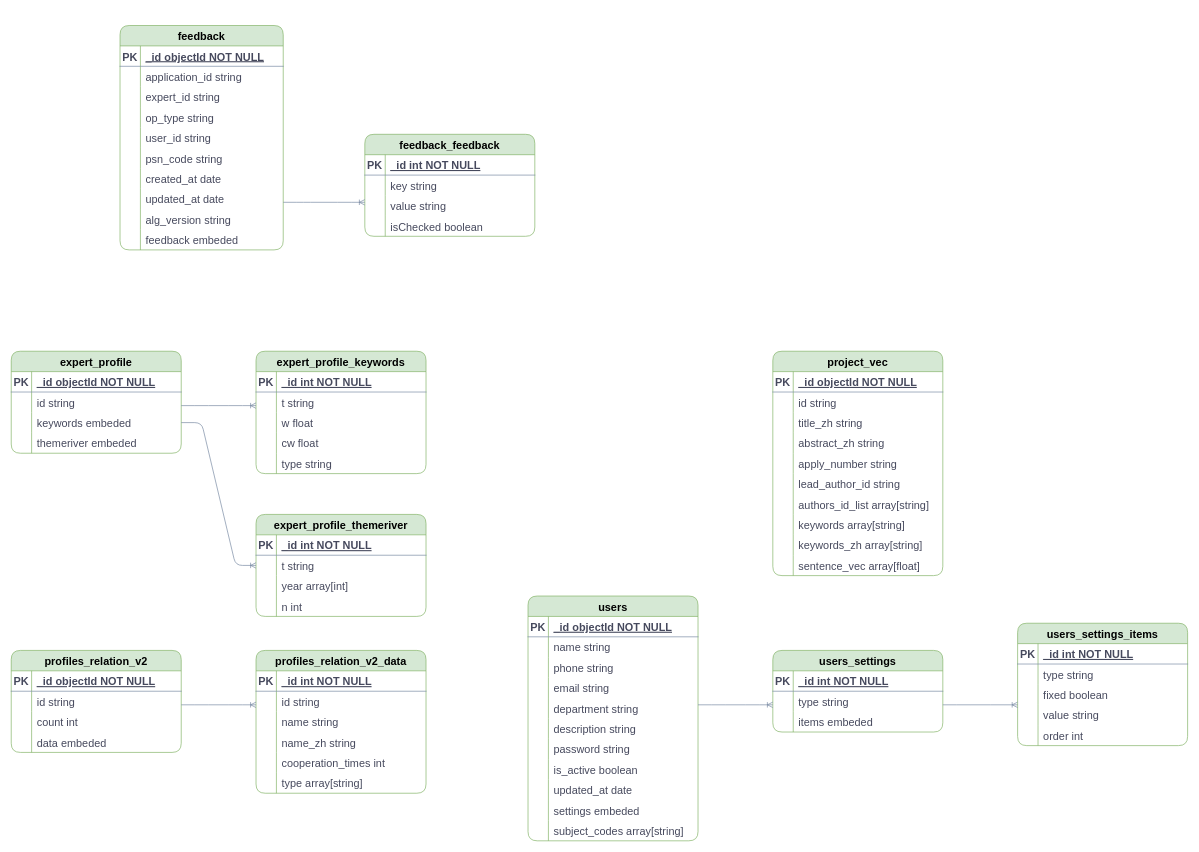
Above: ITIC_E-R.drawio in xianghuzhao/chart (draw.io), before the change. Source tidied: cells renumbered, new cells numbered last; positions are measured from the earlier drawing's top-left corner, leaving out a move shared by most shapes. Both pictures are drawn from the tidied source at 68%, with x=0, y=0 at pixel (11, 25).
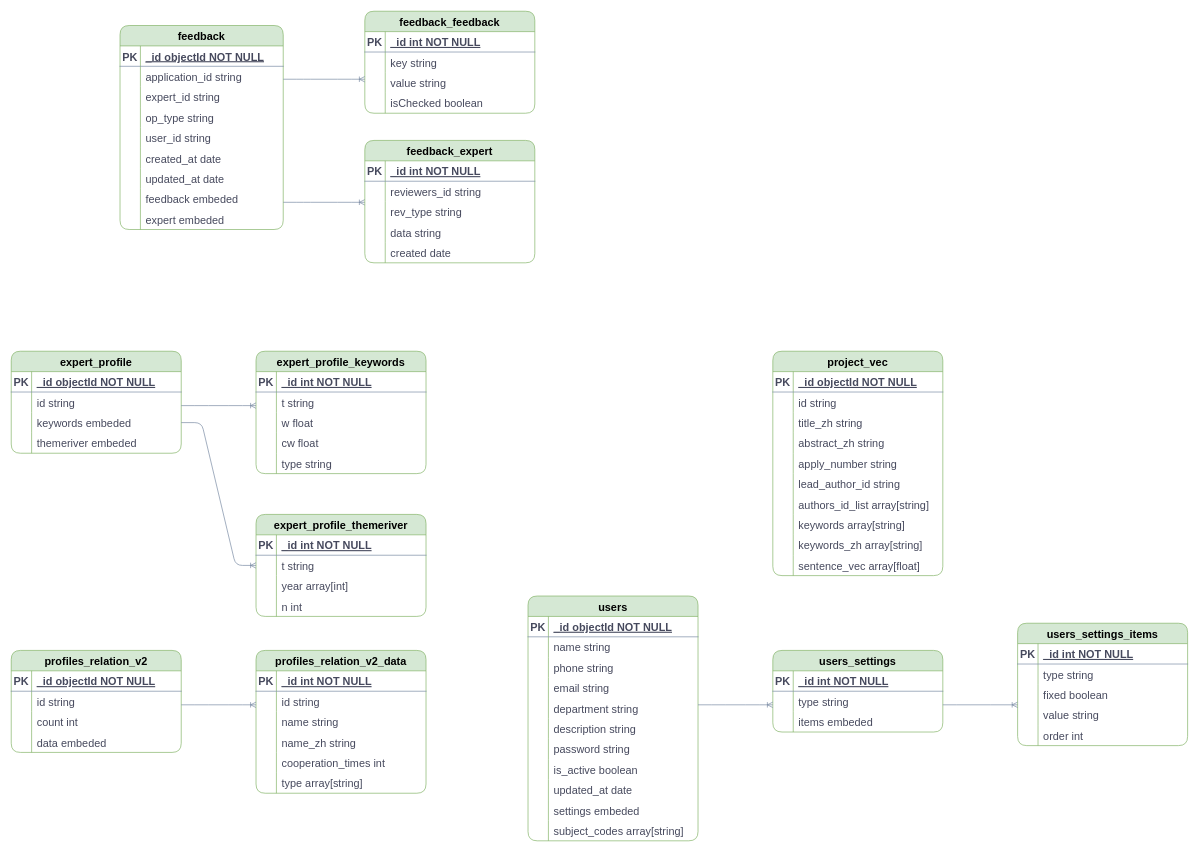
The same page after the edit.

Diff of the diagram source:
```diff
@@
     <mxCell id="2" value="feedback_feedback" style="shape=table;startSize=30;childLayout=tableLayout;rowLines=0;fontStyle=1;align=center;rounded=1;fillColor=#d5e8d4;strokeColor=#82b366;fontSize=16;" parent="1" vertex="1">
-      <mxGeometry x="520" y="160" width="250" height="150" as="geometry" />
+      <mxGeometry x="520" y="-21" width="250" height="150" as="geometry" />
     </mxCell>
@@
     <mxCell id="15" value="feedback" style="shape=table;startSize=30;childLayout=tableLayout;rowLines=0;fontStyle=1;align=center;rounded=1;sketch=0;strokeColor=#82b366;fillColor=#d5e8d4;fontSize=16;" parent="1" vertex="1">
-      <mxGeometry x="160" width="240" height="330" as="geometry" />
+      <mxGeometry x="160" width="240" height="300" as="geometry" />
     </mxCell>
@@
-    <mxCell id="31" style="shape=tableRow;horizontal=0;startSize=0;swimlaneHead=0;swimlaneBody=0;fillColor=none;top=0;left=0;right=0;bottom=0;rounded=0;sketch=0;fontColor=#46495D;strokeColor=#788AA3;fontSize=16;" parent="15" vertex="1">
-      <mxGeometry y="180" width="240" height="30" as="geometry" />
-    </mxCell>
-    <mxCell id="32" style="shape=partialRectangle;fillColor=none;top=0;left=0;bottom=0;right=0;overflow=hidden;rounded=0;sketch=0;fontColor=#46495D;strokeColor=#788AA3;fontSize=16;" parent="31" vertex="1">
-      <mxGeometry width="30" height="30" as="geometry" />
-    </mxCell>
-    <mxCell id="33" value="psn_code string" style="shape=partialRectangle;fillColor=none;top=0;left=0;bottom=0;right=0;align=left;spacingLeft=6;overflow=hidden;rounded=0;sketch=0;fontColor=#46495D;strokeColor=#788AA3;fontSize=16;" parent="31" vertex="1">
-      <mxGeometry x="30" width="210" height="30" as="geometry" />
-    </mxCell>
     <mxCell id="34" style="shape=tableRow;horizontal=0;startSize=0;swimlaneHead=0;swimlaneBody=0;fillColor=none;top=0;left=0;right=0;bottom=0;rounded=0;sketch=0;fontColor=#46495D;strokeColor=#788AA3;fontSize=16;" parent="15" vertex="1">
-      <mxGeometry y="210" width="240" height="30" as="geometry" />
+      <mxGeometry y="180" width="240" height="30" as="geometry" />
     </mxCell>
@@
     <mxCell id="37" style="shape=tableRow;horizontal=0;startSize=0;swimlaneHead=0;swimlaneBody=0;fillColor=none;top=0;left=0;right=0;bottom=0;rounded=0;sketch=0;fontColor=#46495D;strokeColor=#788AA3;fontSize=16;" parent="15" vertex="1">
-      <mxGeometry y="240" width="240" height="30" as="geometry" />
+      <mxGeometry y="210" width="240" height="30" as="geometry" />
     </mxCell>
@@
-    <mxCell id="40" style="shape=tableRow;horizontal=0;startSize=0;swimlaneHead=0;swimlaneBody=0;fillColor=none;top=0;left=0;right=0;bottom=0;rounded=0;sketch=0;fontColor=#46495D;strokeColor=#788AA3;fontSize=16;" parent="15" vertex="1">
-      <mxGeometry y="270" width="240" height="30" as="geometry" />
-    </mxCell>
-    <mxCell id="41" style="shape=partialRectangle;fillColor=none;top=0;left=0;bottom=0;right=0;overflow=hidden;rounded=0;sketch=0;fontColor=#46495D;strokeColor=#788AA3;fontSize=16;" parent="40" vertex="1">
-      <mxGeometry width="30" height="30" as="geometry" />
-    </mxCell>
-    <mxCell id="42" value="alg_version string" style="shape=partialRectangle;fillColor=none;top=0;left=0;bottom=0;right=0;align=left;spacingLeft=6;overflow=hidden;rounded=0;sketch=0;fontColor=#46495D;strokeColor=#788AA3;fontSize=16;" parent="40" vertex="1">
-      <mxGeometry x="30" width="210" height="30" as="geometry" />
-    </mxCell>
     <mxCell id="43" style="shape=tableRow;horizontal=0;startSize=0;swimlaneHead=0;swimlaneBody=0;fillColor=none;top=0;left=0;right=0;bottom=0;rounded=0;sketch=0;fontColor=#46495D;strokeColor=#788AA3;fontSize=16;" parent="15" vertex="1">
-      <mxGeometry y="300" width="240" height="30" as="geometry" />
+      <mxGeometry y="240" width="240" height="30" as="geometry" />
     </mxCell>
@@
+    <mxCell id="40" style="shape=tableRow;horizontal=0;startSize=0;swimlaneHead=0;swimlaneBody=0;fillColor=none;top=0;left=0;right=0;bottom=0;rounded=0;sketch=0;fontColor=#46495D;strokeColor=#788AA3;fontSize=16;" parent="15" vertex="1">
+      <mxGeometry y="270" width="240" height="30" as="geometry" />
+    </mxCell>
+    <mxCell id="217" style="shape=partialRectangle;fillColor=none;top=0;left=0;bottom=0;right=0;overflow=hidden;rounded=0;sketch=0;fontColor=#46495D;strokeColor=#788AA3;fontSize=16;" parent="40" vertex="1">
+      <mxGeometry width="30" height="30" as="geometry" />
+    </mxCell>
+    <mxCell id="218" value="expert embeded" style="shape=partialRectangle;fillColor=none;top=0;left=0;bottom=0;right=0;align=left;spacingLeft=6;overflow=hidden;rounded=0;sketch=0;fontColor=#46495D;strokeColor=#788AA3;fontSize=16;" parent="40" vertex="1">
+      <mxGeometry x="30" width="210" height="30" as="geometry" />
+    </mxCell>
@@
+    <mxCell id="219" value="feedback_expert" style="shape=table;startSize=30;childLayout=tableLayout;rowLines=0;fontStyle=1;align=center;rounded=1;fillColor=#d5e8d4;strokeColor=#82b366;fontSize=16;" parent="1" vertex="1">
+      <mxGeometry x="520" y="169" width="250" height="180" as="geometry" />
+    </mxCell>
+    <mxCell id="220" style="shape=partialRectangle;fillColor=none;top=0;left=0;right=0;bottom=1;rounded=1;strokeColor=#788AA3;fontColor=#46495D;fontSize=16;" parent="219" vertex="1">
+      <mxGeometry y="30" width="250" height="30" as="geometry" />
+    </mxCell>
+    <mxCell id="221" value="PK" style="shape=partialRectangle;overflow=hidden;fillColor=none;top=0;left=0;bottom=0;right=0;fontStyle=1;rounded=1;strokeColor=#788AA3;fontColor=#46495D;fontSize=16;" parent="220" vertex="1">
+      <mxGeometry width="30" height="30" as="geometry" />
+    </mxCell>
+    <mxCell id="222" value="_id int NOT NULL " style="shape=partialRectangle;overflow=hidden;fillColor=none;top=0;left=0;bottom=0;right=0;align=left;spacingLeft=6;fontStyle=5;rounded=1;strokeColor=#788AA3;fontColor=#46495D;fontSize=16;" parent="220" vertex="1">
+      <mxGeometry x="30" width="220" height="30" as="geometry" />
+    </mxCell>
+    <mxCell id="223" style="shape=partialRectangle;fillColor=none;top=0;left=0;right=0;bottom=0;rounded=1;strokeColor=#788AA3;fontColor=#46495D;fontSize=16;" parent="219" vertex="1">
+      <mxGeometry y="60" width="250" height="30" as="geometry" />
+    </mxCell>
+    <mxCell id="224" style="shape=partialRectangle;overflow=hidden;fillColor=none;top=0;left=0;bottom=0;right=0;rounded=1;strokeColor=#788AA3;fontColor=#46495D;fontSize=16;" parent="223" vertex="1">
+      <mxGeometry width="30" height="30" as="geometry" />
+    </mxCell>
+    <mxCell id="225" value="reviewers_id string" style="shape=partialRectangle;overflow=hidden;fillColor=none;top=0;left=0;bottom=0;right=0;align=left;spacingLeft=6;rounded=1;strokeColor=#788AA3;fontColor=#46495D;fontSize=16;" parent="223" vertex="1">
+      <mxGeometry x="30" width="220" height="30" as="geometry" />
+    </mxCell>
+    <mxCell id="226" style="shape=partialRectangle;fillColor=none;top=0;left=0;right=0;bottom=0;rounded=1;strokeColor=#788AA3;fontColor=#46495D;fontSize=16;" parent="219" vertex="1">
+      <mxGeometry y="90" width="250" height="30" as="geometry" />
+    </mxCell>
+    <mxCell id="227" style="shape=partialRectangle;overflow=hidden;fillColor=none;top=0;left=0;bottom=0;right=0;rounded=1;strokeColor=#788AA3;fontColor=#46495D;fontSize=16;" parent="226" vertex="1">
+      <mxGeometry width="30" height="30" as="geometry" />
+    </mxCell>
+    <mxCell id="228" value="rev_type string" style="shape=partialRectangle;overflow=hidden;fillColor=none;top=0;left=0;bottom=0;right=0;align=left;spacingLeft=6;rounded=1;strokeColor=#788AA3;fontColor=#46495D;fontSize=16;" parent="226" vertex="1">
+      <mxGeometry x="30" width="220" height="30" as="geometry" />
+    </mxCell>
+    <mxCell id="229" style="shape=partialRectangle;fillColor=none;top=0;left=0;right=0;bottom=0;rounded=1;strokeColor=#788AA3;fontColor=#46495D;fontSize=16;" parent="219" vertex="1">
+      <mxGeometry y="120" width="250" height="30" as="geometry" />
+    </mxCell>
+    <mxCell id="230" style="shape=partialRectangle;overflow=hidden;fillColor=none;top=0;left=0;bottom=0;right=0;rounded=1;strokeColor=#788AA3;fontColor=#46495D;fontSize=16;" parent="229" vertex="1">
+      <mxGeometry width="30" height="30" as="geometry" />
+    </mxCell>
+    <mxCell id="231" value="data string" style="shape=partialRectangle;overflow=hidden;fillColor=none;top=0;left=0;bottom=0;right=0;align=left;spacingLeft=6;rounded=1;strokeColor=#788AA3;fontColor=#46495D;fontSize=16;" parent="229" vertex="1">
+      <mxGeometry x="30" width="220" height="30" as="geometry" />
+    </mxCell>
+    <mxCell id="232" style="shape=partialRectangle;fillColor=none;top=0;left=0;right=0;bottom=0;rounded=1;strokeColor=#788AA3;fontColor=#46495D;fontSize=16;" parent="219" vertex="1">
+      <mxGeometry y="150" width="250" height="30" as="geometry" />
+    </mxCell>
+    <mxCell id="233" style="shape=partialRectangle;overflow=hidden;fillColor=none;top=0;left=0;bottom=0;right=0;rounded=1;strokeColor=#788AA3;fontColor=#46495D;fontSize=16;" parent="232" vertex="1">
+      <mxGeometry width="30" height="30" as="geometry" />
+    </mxCell>
+    <mxCell id="234" value="created date" style="shape=partialRectangle;overflow=hidden;fillColor=none;top=0;left=0;bottom=0;right=0;align=left;spacingLeft=6;rounded=1;strokeColor=#788AA3;fontColor=#46495D;fontSize=16;" parent="232" vertex="1">
+      <mxGeometry x="30" width="220" height="30" as="geometry" />
+    </mxCell>
+    <mxCell id="235" style="edgeStyle=entityRelationEdgeStyle;fontSize=12;html=1;endArrow=ERoneToMany;rounded=1;sketch=0;fontColor=#46495D;strokeColor=#788AA3;fillColor=#B2C9AB;" parent="1" edge="1">
+      <mxGeometry x="-0.82" y="-450" relative="1" as="geometry">
+        <mxPoint x="400" y="79" as="sourcePoint" />
+        <mxPoint x="520" y="79" as="targetPoint" />
+      </mxGeometry>
+    </mxCell>
```
